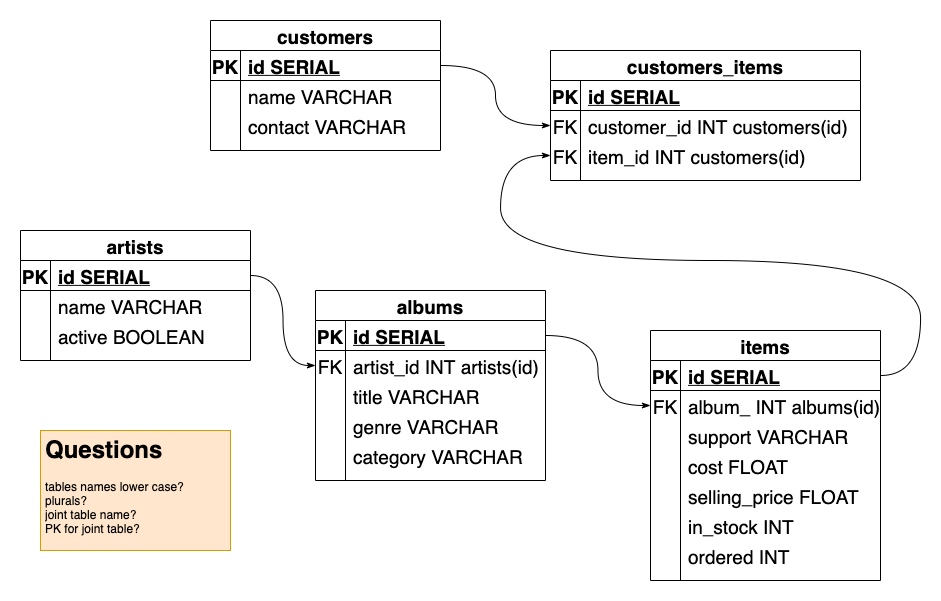
The draw.io diagram diagrams/table_diagram.png in StBinando/week_05-personal_project, before a commit. Source tidied: cells renumbered, new cells last; positions are measured from the earlier drawing's top-left corner, leaving out a move shared by most shapes.
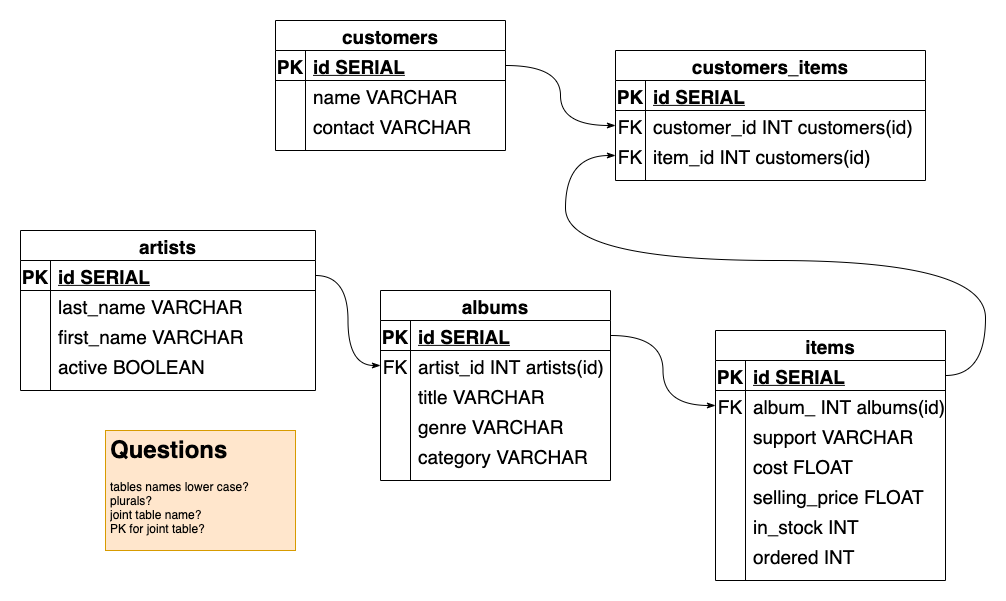
The same file after the commit.

Commit message:
artist name split into first_name and last_name all files and diagrams amended all tests ok

The edit, as a diff of the source:
```diff
@@ -3,7 +3,7 @@
     <mxCell id="0" />
     <mxCell id="1" parent="0" />
     <mxCell id="2" style="rounded=0;whiteSpace=wrap;html=1;strokeColor=none;" parent="1" vertex="1">
-      <mxGeometry width="940" height="600" as="geometry" />
+      <mxGeometry x="-65" width="1005" height="600" as="geometry" />
     </mxCell>
     <mxCell id="3" value="customers" style="shape=table;startSize=30;rowLines=0;fontStyle=1;align=center;fontSize=19;" parent="1" vertex="1">
       <mxGeometry x="210" y="20" width="230" height="130" as="geometry" />
@@ -69,35 +69,44 @@
       <mxGeometry relative="1" as="geometry" />
     </mxCell>
     <mxCell id="24" value="artists" style="shape=table;startSize=30;rowLines=0;fontStyle=1;align=center;fontSize=19;" parent="1" vertex="1">
-      <mxGeometry x="20" y="230" width="230" height="130" as="geometry" />
+      <mxGeometry x="-45" y="230" width="295" height="160" as="geometry" />
     </mxCell>
     <mxCell id="25" style="shape=partialRectangle;fillColor=none;top=0;left=0;bottom=1;right=0;points=[[0,0.5],[1,0.5]];portConstraint=eastwest;fontSize=19;" parent="24" vertex="1">
-      <mxGeometry y="30" width="230" height="30" as="geometry" />
+      <mxGeometry y="30" width="295" height="30" as="geometry" />
     </mxCell>
     <mxCell id="26" value="PK" style="shape=partialRectangle;fillColor=none;top=0;left=0;bottom=0;right=0;fontStyle=1;overflow=hidden;fontSize=19;" parent="25" vertex="1">
       <mxGeometry width="30" height="30" as="geometry" />
     </mxCell>
     <mxCell id="27" value="id SERIAL" style="shape=partialRectangle;fillColor=none;top=0;left=0;bottom=0;right=0;align=left;spacingLeft=6;fontStyle=5;overflow=hidden;fontSize=19;" parent="25" vertex="1">
-      <mxGeometry x="30" width="200" height="30" as="geometry" />
+      <mxGeometry x="30" width="265" height="30" as="geometry" />
     </mxCell>
     <mxCell id="28" style="shape=partialRectangle;fillColor=none;top=0;left=0;bottom=0;right=0;fontSize=19;" parent="24" vertex="1">
-      <mxGeometry y="60" width="230" height="30" as="geometry" />
+      <mxGeometry y="60" width="295" height="30" as="geometry" />
     </mxCell>
     <mxCell id="29" style="shape=partialRectangle;fillColor=none;top=0;left=0;bottom=0;right=0;overflow=hidden;fontSize=19;" parent="28" vertex="1">
       <mxGeometry width="30" height="30" as="geometry" />
     </mxCell>
-    <mxCell id="30" value="name VARCHAR" style="shape=partialRectangle;fillColor=none;top=0;left=0;bottom=0;right=0;align=left;spacingLeft=6;overflow=hidden;fontSize=19;" parent="28" vertex="1">
-      <mxGeometry x="30" width="200" height="30" as="geometry" />
+    <mxCell id="30" value="last_name VARCHAR" style="shape=partialRectangle;fillColor=none;top=0;left=0;bottom=0;right=0;align=left;spacingLeft=6;overflow=hidden;fontSize=19;" parent="28" vertex="1">
+      <mxGeometry x="30" width="265" height="30" as="geometry" />
     </mxCell>
     <mxCell id="31" style="shape=partialRectangle;fillColor=none;top=0;left=0;bottom=0;right=0;fontSize=19;" parent="24" vertex="1">
-      <mxGeometry y="90" width="230" height="30" as="geometry" />
+      <mxGeometry y="90" width="295" height="30" as="geometry" />
     </mxCell>
     <mxCell id="32" style="shape=partialRectangle;fillColor=none;top=0;left=0;bottom=0;right=0;overflow=hidden;fontSize=19;" parent="31" vertex="1">
       <mxGeometry width="30" height="30" as="geometry" />
     </mxCell>
-    <mxCell id="33" value="active BOOLEAN" style="shape=partialRectangle;fillColor=none;top=0;left=0;bottom=0;right=0;align=left;spacingLeft=6;overflow=hidden;fontSize=19;" parent="31" vertex="1">
-      <mxGeometry x="30" width="200" height="30" as="geometry" />
+    <mxCell id="33" value="first_name VARCHAR" style="shape=partialRectangle;fillColor=none;top=0;left=0;bottom=0;right=0;align=left;spacingLeft=6;overflow=hidden;fontSize=19;" parent="31" vertex="1">
+      <mxGeometry x="30" width="265" height="30" as="geometry" />
     </mxCell>
+    <mxCell id="76" style="shape=partialRectangle;fillColor=none;top=0;left=0;bottom=0;right=0;fontSize=19;" parent="24" vertex="1">
+      <mxGeometry y="120" width="295" height="30" as="geometry" />
+    </mxCell>
+    <mxCell id="77" style="shape=partialRectangle;fillColor=none;top=0;left=0;bottom=0;right=0;overflow=hidden;fontSize=19;" parent="76" vertex="1">
+      <mxGeometry width="30" height="30" as="geometry" />
+    </mxCell>
+    <mxCell id="78" value="active BOOLEAN" style="shape=partialRectangle;fillColor=none;top=0;left=0;bottom=0;right=0;align=left;spacingLeft=6;overflow=hidden;fontSize=19;" parent="76" vertex="1">
+      <mxGeometry x="30" width="265" height="30" as="geometry" />
+    </mxCell>
     <mxCell id="34" value="albums" style="shape=table;startSize=30;rowLines=0;fontStyle=1;align=center;fontSize=19;" parent="1" vertex="1">
       <mxGeometry x="315" y="290" width="230" height="190" as="geometry" />
     </mxCell>
```
